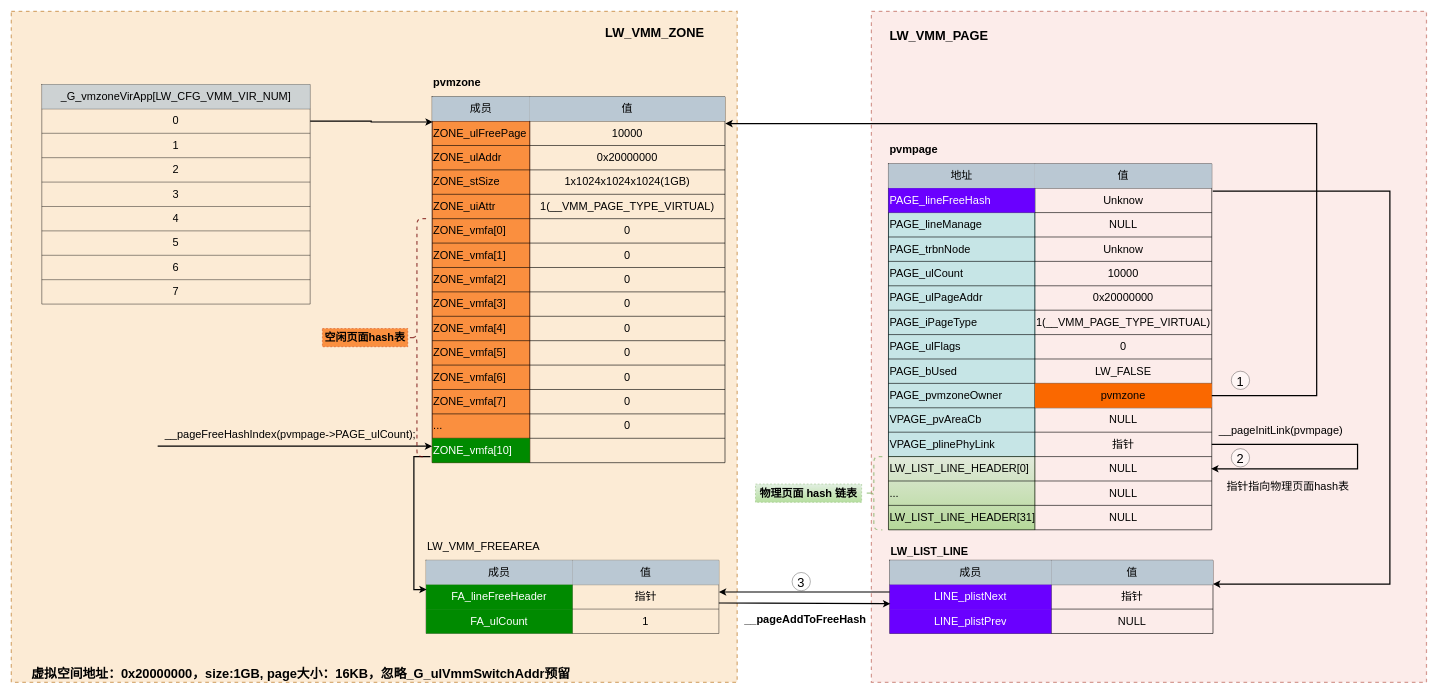
Above: page "__pageZoneCreate" (15 of 17) of draw/mips中断亲和度.drawio in peng-fan/drawio (draw.io), before the change. Source tidied: cells renumbered, new cells numbered last; positions are measured from the earlier drawing's top-left corner, leaving out a move shared by most shapes. Both pictures are drawn from the tidied source at 61%, with x=0, y=0 at pixel (11, 11).
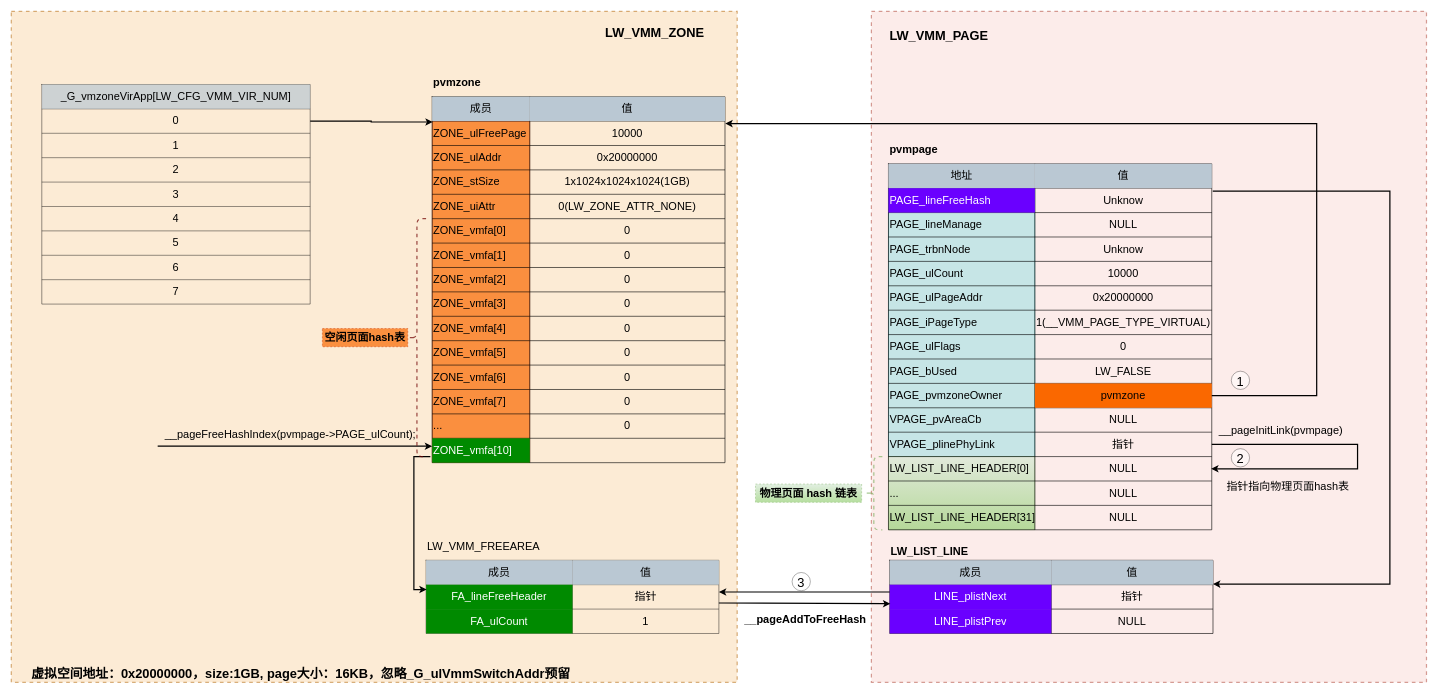
Above is the later version.

Unchanged cells that the change refers to:
```xml
<mxCell id="67" style="shape=partialRectangle;fillColor=none;top=0;left=0;bottom=0;right=0;fontSize=18;strokeColor=default;" parent="54" vertex="1">
  <mxGeometry y="160" width="480" height="40" as="geometry" />
</mxCell>
```

The edit, as a diff of the source:
```diff
@@
-    <mxCell id="69" value="&lt;span&gt;1(__VMM_PAGE_TYPE_VIRTUAL)&lt;/span&gt;" style="shape=partialRectangle;html=1;whiteSpace=wrap;overflow=hidden;fillColor=none;top=0;left=0;bottom=0;right=0;fontSize=18;strokeColor=default;align=center;" parent="67" vertex="1">
+    <mxCell id="69" value="&lt;span&gt;0(LW_ZONE_ATTR_NONE)&lt;/span&gt;" style="shape=partialRectangle;html=1;whiteSpace=wrap;overflow=hidden;fillColor=none;top=0;left=0;bottom=0;right=0;fontSize=18;strokeColor=default;align=center;" parent="67" vertex="1">
       <mxGeometry x="160" width="320" height="40" as="geometry" />
     </mxCell>
```
